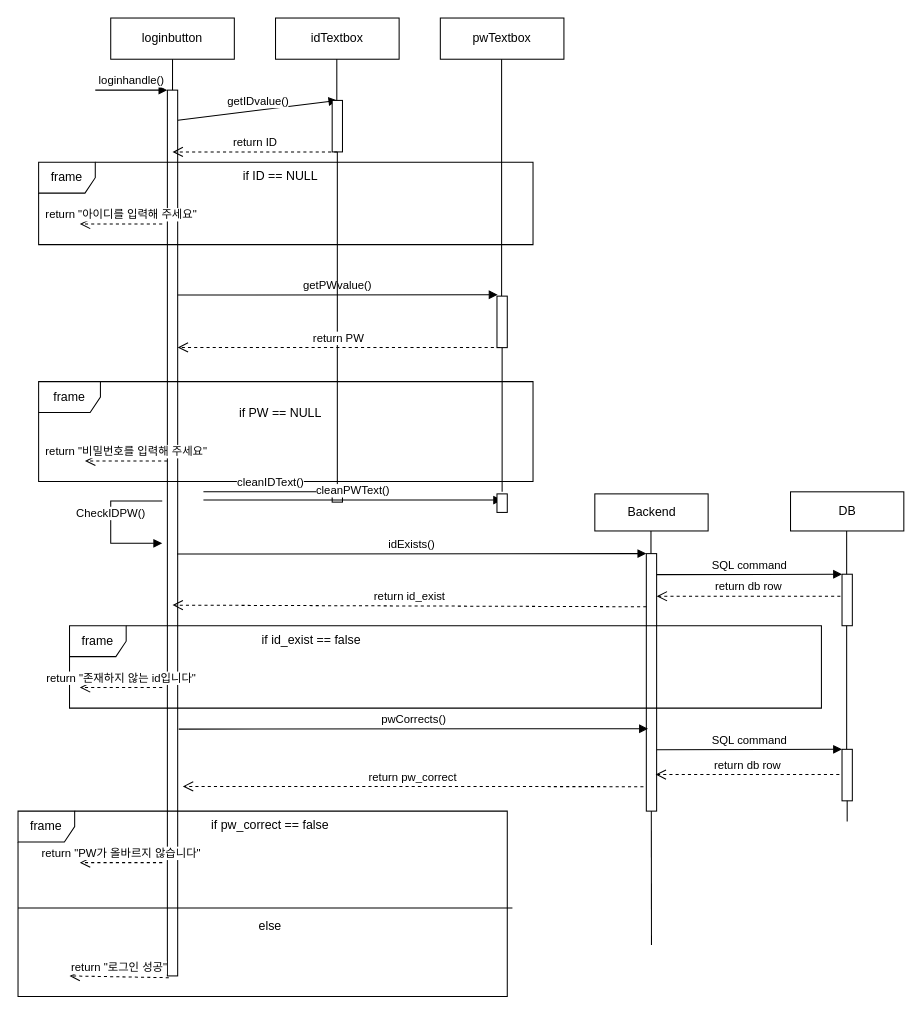
Earlier version of the draw.io diagram login_diagram.drawio (mikejigglypuff/login). Source tidied: cells renumbered, new cells numbered last; positions are measured from the earlier drawing's top-left corner, leaving out a move shared by most shapes. Both pictures are drawn from the tidied source at 103%, with x=0, y=0 at pixel (18, 18).
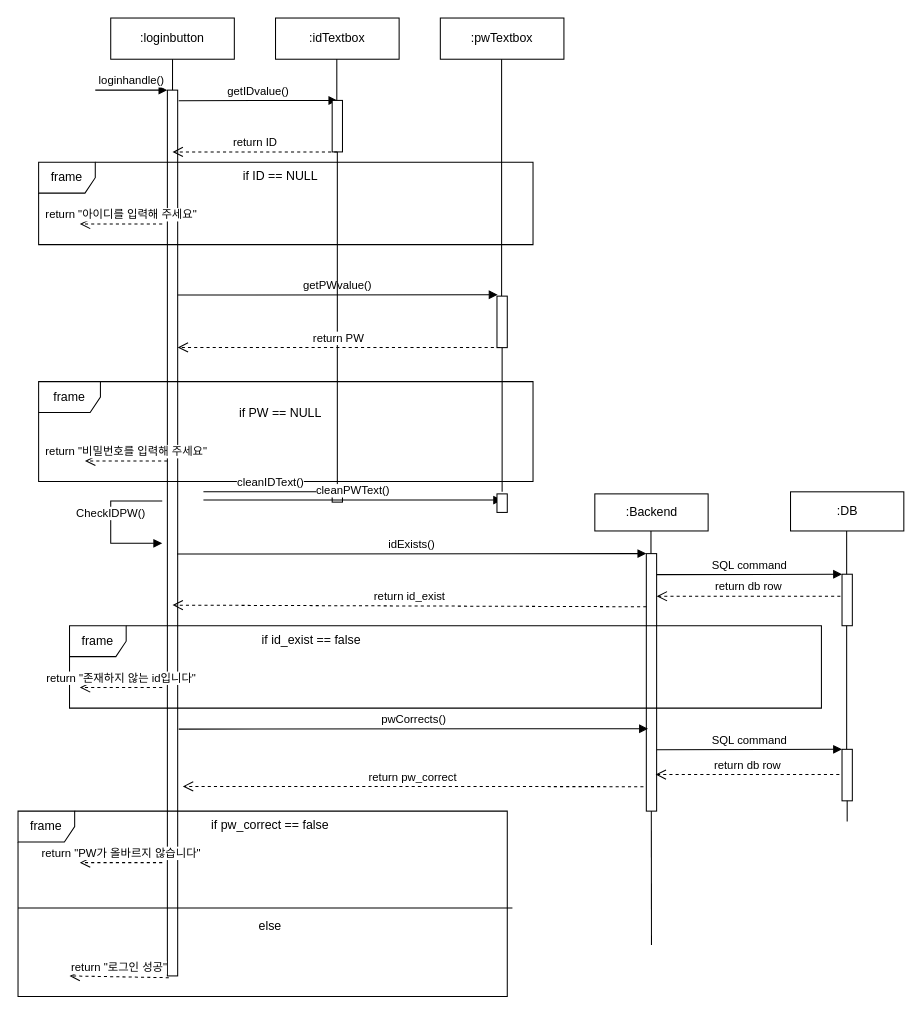
After the change.

The change refers to these unchanged cells:
```xml
<mxCell id="4" style="html=1;points=[];perimeter=orthogonalPerimeter;" parent="1" vertex="1">
  <mxGeometry x="145" y="70" width="10" height="860" as="geometry" />
</mxCell>
<mxCell id="13" style="html=1;points=[];perimeter=orthogonalPerimeter;" parent="1" vertex="1">
  <mxGeometry x="305" y="80" width="10" height="50" as="geometry" />
</mxCell>
```

The edit, as a diff of the source:
```diff
@@
-    <mxCell id="2" value="loginbutton" style="rounded=0;whiteSpace=wrap;html=1;" parent="1" vertex="1">
+    <mxCell id="2" value=":loginbutton" style="rounded=0;whiteSpace=wrap;html=1;" parent="1" vertex="1">
       <mxGeometry x="90" width="120" height="40" as="geometry" />
     </mxCell>
@@
-    <mxCell id="7" value="idTextbox" style="rounded=0;whiteSpace=wrap;html=1;" parent="1" vertex="1">
+    <mxCell id="7" value=":idTextbox" style="rounded=0;whiteSpace=wrap;html=1;" parent="1" vertex="1">
       <mxGeometry x="250" width="120" height="40" as="geometry" />
     </mxCell>
-    <mxCell id="8" value="pwTextbox" style="rounded=0;whiteSpace=wrap;html=1;" parent="1" vertex="1">
+    <mxCell id="8" value=":pwTextbox" style="rounded=0;whiteSpace=wrap;html=1;" parent="1" vertex="1">
       <mxGeometry x="410" width="120" height="40" as="geometry" />
     </mxCell>
@@
-    <mxCell id="11" value="getIDvalue()" style="html=1;verticalAlign=bottom;endArrow=block;rounded=0;exitX=1.02;exitY=0.034;exitDx=0;exitDy=0;exitPerimeter=0;entryX=0.5;entryY=0;entryDx=0;entryDy=0;entryPerimeter=0;" parent="1" edge="1" source="4" target="13">
+    <mxCell id="11" value="getIDvalue()" style="html=1;verticalAlign=bottom;endArrow=block;rounded=0;exitX=1.1;exitY=0.012;exitDx=0;exitDy=0;exitPerimeter=0;entryX=0.5;entryY=0;entryDx=0;entryDy=0;entryPerimeter=0;" parent="1" edge="1" source="4" target="13">
       <mxGeometry relative="1" as="geometry" />
     </mxCell>
@@
-    <mxCell id="24" value="Backend" style="html=1;" parent="1" vertex="1">
+    <mxCell id="24" value=":Backend" style="html=1;" parent="1" vertex="1">
       <mxGeometry x="560" y="462" width="110" height="36" as="geometry" />
     </mxCell>
-    <mxCell id="25" value="DB" style="html=1;" parent="1" vertex="1">
+    <mxCell id="25" value=":DB" style="html=1;" parent="1" vertex="1">
       <mxGeometry x="750" y="460" width="110" height="38" as="geometry" />
     </mxCell>
```
